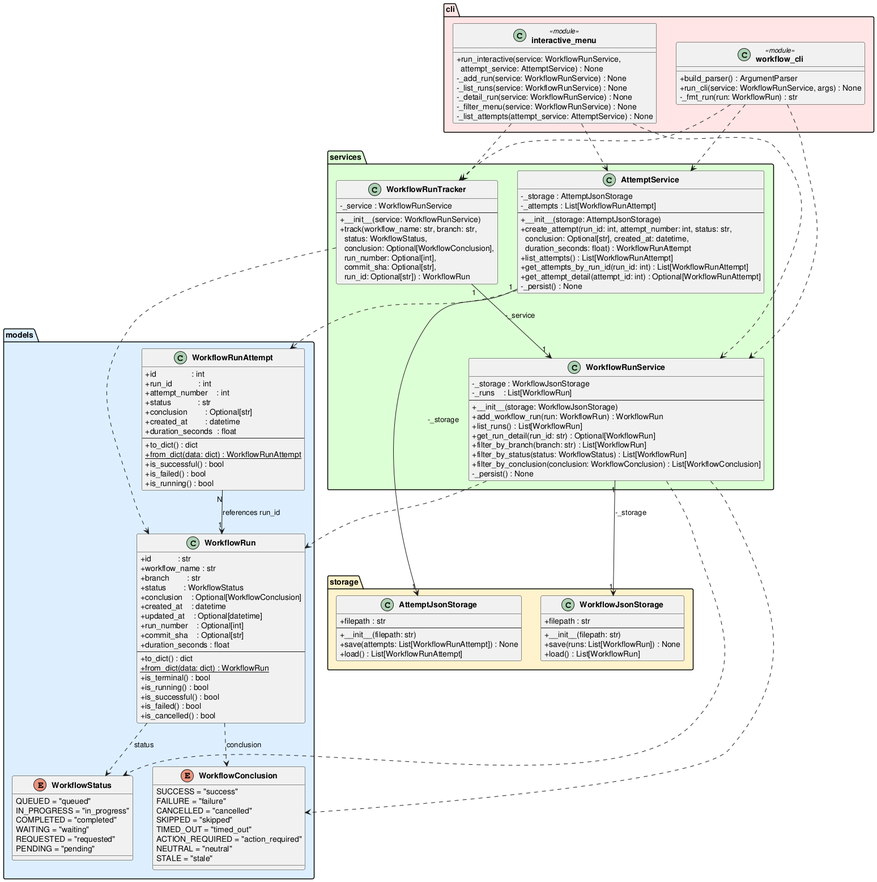
The PlantUML diagram experiments/supervisor_as_tools/structured_text/github-workflow-manager/artifacts/class_diagram.png in DanielRiha8906/Software_autoevolution_using_agents, before a commit.
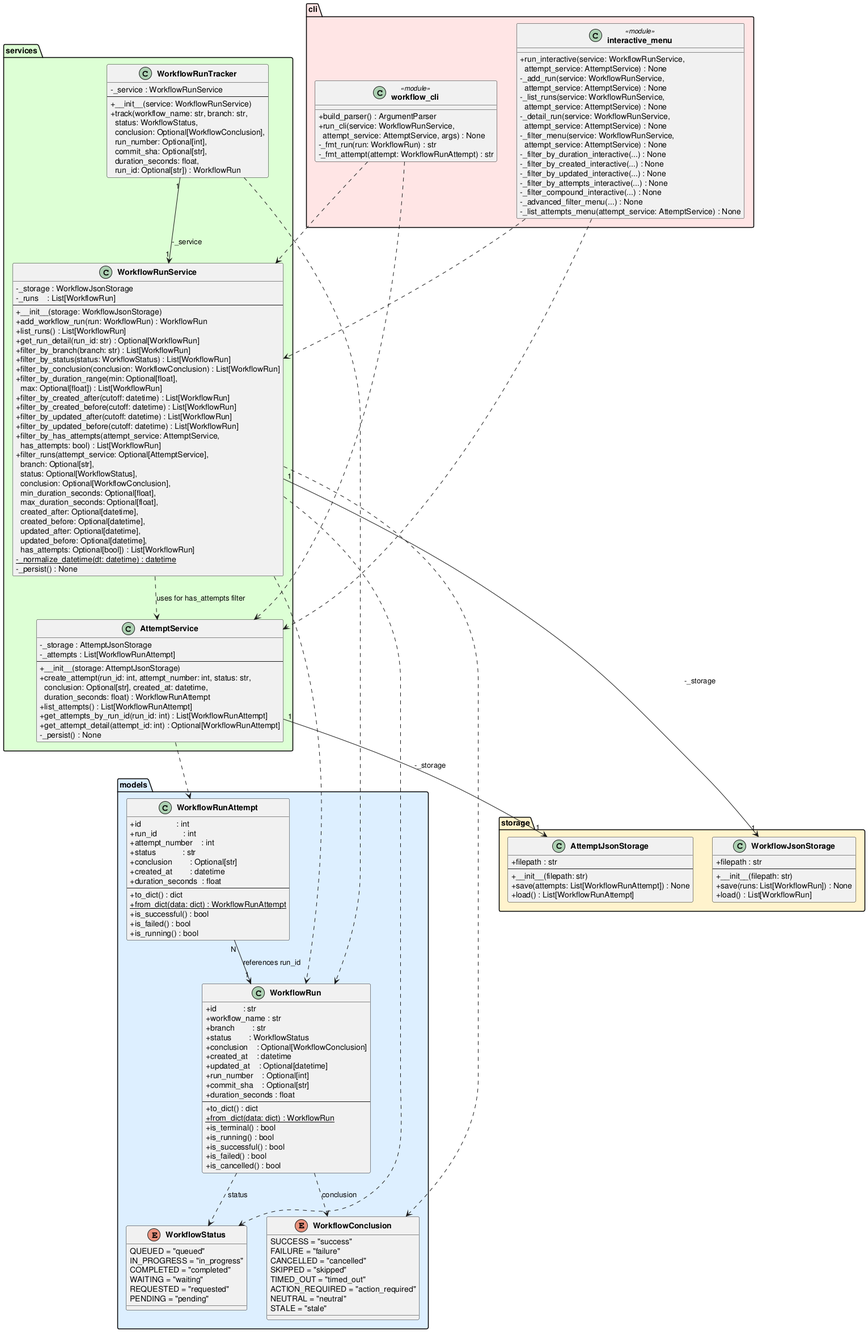
The same diagram one commit later.

Diff of the diagram source:
```diff
@@ -91,7 +91,15 @@
         +get_run_detail(run_id: str) : Optional[WorkflowRun]
         +filter_by_branch(branch: str) : List[WorkflowRun]
         +filter_by_status(status: WorkflowStatus) : List[WorkflowRun]
-        +filter_by_conclusion(conclusion: WorkflowConclusion) : List[WorkflowConclusion]
+        +filter_by_conclusion(conclusion: WorkflowConclusion) : List[WorkflowRun]
+        +filter_by_duration_range(min: Optional[float],\n  max: Optional[float]) : List[WorkflowRun]
+        +filter_by_created_after(cutoff: datetime) : List[WorkflowRun]
+        +filter_by_created_before(cutoff: datetime) : List[WorkflowRun]
+        +filter_by_updated_after(cutoff: datetime) : List[WorkflowRun]
+        +filter_by_updated_before(cutoff: datetime) : List[WorkflowRun]
+        +filter_by_has_attempts(attempt_service: AttemptService,\n  has_attempts: bool) : List[WorkflowRun]
+        +filter_runs(attempt_service: Optional[AttemptService],\n  branch: Optional[str],\n  status: Optional[WorkflowStatus],\n  conclusion: Optional[WorkflowConclusion],\n  min_duration_seconds: Optional[float],\n  max_duration_seconds: Optional[float],\n  created_after: Optional[datetime],\n  created_before: Optional[datetime],\n  updated_after: Optional[datetime],\n  updated_before: Optional[datetime],\n  has_attempts: Optional[bool]) : List[WorkflowRun]
+        -{static} _normalize_datetime(dt: datetime) : datetime
         -_persist() : None
     }
 
@@ -99,7 +107,7 @@
         -_service : WorkflowRunService
         --
         +__init__(service: WorkflowRunService)
-        +track(workflow_name: str, branch: str,\n  status: WorkflowStatus,\n  conclusion: Optional[WorkflowConclusion],\n  run_number: Optional[int],\n  commit_sha: Optional[str],\n  run_id: Optional[str]) : WorkflowRun
+        +track(workflow_name: str, branch: str,\n  status: WorkflowStatus,\n  conclusion: Optional[WorkflowConclusion],\n  run_number: Optional[int],\n  commit_sha: Optional[str],\n  duration_seconds: float,\n  run_id: Optional[str]) : WorkflowRun
     }
 
     class AttemptService {
@@ -118,17 +126,24 @@
 package "cli" #FFE5E5 {
     class "workflow_cli" <<module>> {
         +build_parser() : ArgumentParser
-        +run_cli(service: WorkflowRunService, args) : None
+        +run_cli(service: WorkflowRunService,\n  attempt_service: AttemptService, args) : None
         -_fmt_run(run: WorkflowRun) : str
+        -_fmt_attempt(attempt: WorkflowRunAttempt) : str
     }
 
     class "interactive_menu" <<module>> {
         +run_interactive(service: WorkflowRunService,\n  attempt_service: AttemptService) : None
-        -_add_run(service: WorkflowRunService) : None
-        -_list_runs(service: WorkflowRunService) : None
-        -_detail_run(service: WorkflowRunService) : None
-        -_filter_menu(service: WorkflowRunService) : None
-        -_list_attempts(attempt_service: AttemptService) : None
+        -_add_run(service: WorkflowRunService,\n  attempt_service: AttemptService) : None
+        -_list_runs(service: WorkflowRunService,\n  attempt_service: AttemptService) : None
+        -_detail_run(service: WorkflowRunService,\n  attempt_service: AttemptService) : None
+        -_filter_menu(service: WorkflowRunService,\n  attempt_service: AttemptService) : None
+        -_filter_by_duration_interactive(...) : None
+        -_filter_by_created_interactive(...) : None
+        -_filter_by_updated_interactive(...) : None
+        -_filter_by_attempts_interactive(...) : None
+        -_filter_compound_interactive(...) : None
+        -_advanced_filter_menu(...) : None
+        -_list_attempts_menu(attempt_service: AttemptService) : None
     }
 }
 
@@ -139,15 +154,14 @@
 WorkflowRunService         ..>  WorkflowRun
 WorkflowRunService         ..>  WorkflowStatus
 WorkflowRunService         ..>  WorkflowConclusion
+WorkflowRunService         ..>  AttemptService        : uses for has_attempts filter
 WorkflowRunTracker    "1" --> "1" WorkflowRunService  : -_service
 WorkflowRunTracker         ..>  WorkflowRun
 AttemptService       "1" --> "1" AttemptJsonStorage  : -_storage
 AttemptService            ..>  WorkflowRunAttempt
 "workflow_cli"             ..>  WorkflowRunService
-"workflow_cli"             ..>  WorkflowRunTracker
 "workflow_cli"             ..>  AttemptService
 "interactive_menu"         ..>  WorkflowRunService
-"interactive_menu"         ..>  WorkflowRunTracker
 "interactive_menu"         ..>  AttemptService
 
 @enduml
```
